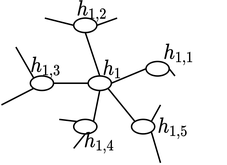
Above: documentation/ThesisPresentation/Figures/GAT.drawio.png in cedricmendelin/master-thesis (draw.io), before the change. Source tidied: cells renumbered, new cells last; positions are measured from the earlier drawing's top-left corner, leaving out a move shared by most shapes. Source of this version:
```xml
<mxGraphModel math="1">
  <root>
    <mxCell id="0" />
    <mxCell id="1" parent="0" />
    <mxCell id="2" style="ellipse;whiteSpace=wrap;html=1;" parent="1" vertex="1">
      <mxGeometry x="49.5" y="10" width="16" height="10" as="geometry" />
    </mxCell>
    <mxCell id="3" style="ellipse;whiteSpace=wrap;html=1;" parent="1" vertex="1">
      <mxGeometry x="59.5" y="50" width="16" height="10" as="geometry" />
    </mxCell>
    <mxCell id="4" style="ellipse;whiteSpace=wrap;html=1;" parent="1" vertex="1">
      <mxGeometry x="19.5" y="50" width="16" height="10" as="geometry" />
    </mxCell>
    <mxCell id="5" style="ellipse;whiteSpace=wrap;html=1;" parent="1" vertex="1">
      <mxGeometry x="99.5" y="40" width="16" height="10" as="geometry" />
    </mxCell>
    <mxCell id="6" style="ellipse;whiteSpace=wrap;html=1;" parent="1" vertex="1">
      <mxGeometry x="49.5" y="80" width="16" height="10" as="geometry" />
    </mxCell>
    <mxCell id="7" style="ellipse;whiteSpace=wrap;html=1;" parent="1" vertex="1">
      <mxGeometry x="89.5" y="80" width="16" height="10" as="geometry" />
    </mxCell>
    <mxCell id="8" style="endArrow=none;html=1;rounded=0;entryX=1;entryY=1;entryDx=0;entryDy=0;exitX=0;exitY=0;exitDx=0;exitDy=0;" parent="1" edge="1" source="7" target="3">
      <mxGeometry relative="1" as="geometry" />
    </mxCell>
    <mxCell id="9" style="endArrow=none;html=1;rounded=0;entryX=1;entryY=0.5;entryDx=0;entryDy=0;exitX=0;exitY=0.5;exitDx=0;exitDy=0;" parent="1" edge="1" source="5" target="3">
      <mxGeometry relative="1" as="geometry" />
    </mxCell>
    <mxCell id="10" style="endArrow=none;html=1;rounded=0;entryX=0.5;entryY=0;entryDx=0;entryDy=0;exitX=0.5;exitY=1;exitDx=0;exitDy=0;" parent="1" edge="1" source="2" target="3">
      <mxGeometry relative="1" as="geometry" />
    </mxCell>
    <mxCell id="11" style="endArrow=none;html=1;rounded=0;entryX=1;entryY=0.5;entryDx=0;entryDy=0;exitX=0;exitY=0.5;exitDx=0;exitDy=0;" parent="1" edge="1" source="3" target="4">
      <mxGeometry relative="1" as="geometry" />
    </mxCell>
    <mxCell id="12" style="endArrow=none;html=1;rounded=0;entryX=1;entryY=0;entryDx=0;entryDy=0;exitX=0.5;exitY=1;exitDx=0;exitDy=0;" parent="1" edge="1" source="3" target="6">
      <mxGeometry relative="1" as="geometry" />
    </mxCell>
    <mxCell id="13" style="endArrow=none;html=1;rounded=0;entryX=1;entryY=1;entryDx=0;entryDy=0;" parent="1" edge="1" target="7">
      <mxGeometry relative="1" as="geometry">
        <mxPoint x="109.5" y="110" as="sourcePoint" />
      </mxGeometry>
    </mxCell>
    <mxCell id="14" style="endArrow=none;html=1;rounded=0;entryX=0.5;entryY=1;entryDx=0;entryDy=0;" parent="1" edge="1" target="6">
      <mxGeometry relative="1" as="geometry">
        <mxPoint x="49.5" y="100" as="sourcePoint" />
      </mxGeometry>
    </mxCell>
    <mxCell id="15" style="endArrow=none;html=1;rounded=0;entryX=0;entryY=0;entryDx=0;entryDy=0;" parent="1" edge="1" target="6">
      <mxGeometry relative="1" as="geometry">
        <mxPoint x="39.5" y="80" as="sourcePoint" />
      </mxGeometry>
    </mxCell>
    <mxCell id="16" style="endArrow=none;html=1;rounded=0;entryX=0;entryY=0;entryDx=0;entryDy=0;" parent="1" edge="1" target="4">
      <mxGeometry relative="1" as="geometry">
        <mxPoint x="9.5" y="30" as="sourcePoint" />
      </mxGeometry>
    </mxCell>
    <mxCell id="17" style="endArrow=none;html=1;rounded=0;entryX=0;entryY=1;entryDx=0;entryDy=0;" parent="1" edge="1" target="4">
      <mxGeometry relative="1" as="geometry">
        <mxPoint x="-0.5" y="70" as="sourcePoint" />
      </mxGeometry>
    </mxCell>
    <mxCell id="18" style="endArrow=none;html=1;rounded=0;entryX=1;entryY=0.5;entryDx=0;entryDy=0;" parent="1" edge="1" target="5">
      <mxGeometry relative="1" as="geometry">
        <mxPoint x="119.5" y="50" as="sourcePoint" />
      </mxGeometry>
    </mxCell>
    <mxCell id="19" style="endArrow=none;html=1;rounded=0;entryX=1;entryY=0.5;entryDx=0;entryDy=0;" parent="1" edge="1" target="2">
      <mxGeometry relative="1" as="geometry">
        <mxPoint x="79.5" y="10" as="sourcePoint" />
      </mxGeometry>
    </mxCell>
    <mxCell id="20" style="endArrow=none;html=1;rounded=0;entryX=0;entryY=0.5;entryDx=0;entryDy=0;" parent="1" edge="1" target="2">
      <mxGeometry relative="1" as="geometry">
        <mxPoint x="29.5" y="10" as="sourcePoint" />
      </mxGeometry>
    </mxCell>
    <mxCell id="21" style="endArrow=none;html=1;rounded=0;entryX=1;entryY=0;entryDx=0;entryDy=0;" parent="1" edge="1" target="7">
      <mxGeometry relative="1" as="geometry">
        <mxPoint x="109.5" y="70" as="sourcePoint" />
      </mxGeometry>
    </mxCell>
    <mxCell id="22" value="&lt;div&gt;$$h_1$$&lt;/div&gt;" style="rounded=0;whiteSpace=wrap;html=1;strokeColor=none;fillColor=none;" parent="1" vertex="1">
      <mxGeometry x="69.5" y="40" width="13.5" height="10" as="geometry" />
    </mxCell>
    <mxCell id="23" value="&lt;div&gt;$$h_{1,1}$$&lt;/div&gt;" style="rounded=0;whiteSpace=wrap;html=1;strokeColor=none;fillColor=none;" parent="1" vertex="1">
      <mxGeometry x="115.5" y="30" width="13.5" height="10" as="geometry" />
    </mxCell>
    <mxCell id="24" value="&lt;div&gt;$$h_{1,2}$$&lt;/div&gt;" style="rounded=0;whiteSpace=wrap;html=1;strokeColor=none;fillColor=none;" parent="1" vertex="1">
      <mxGeometry x="56" width="13.5" height="10" as="geometry" />
    </mxCell>
    <mxCell id="25" value="&lt;div&gt;$$h_{1,3}$$&lt;/div&gt;" style="rounded=0;whiteSpace=wrap;html=1;strokeColor=none;fillColor=none;" parent="1" vertex="1">
      <mxGeometry x="24" y="39" width="13.5" height="10" as="geometry" />
    </mxCell>
    <mxCell id="26" value="&lt;div&gt;$$h_{1,4}$$&lt;/div&gt;" style="rounded=0;whiteSpace=wrap;html=1;strokeColor=none;fillColor=none;" parent="1" vertex="1">
      <mxGeometry x="60.5" y="91" width="13.5" height="10" as="geometry" />
    </mxCell>
    <mxCell id="27" value="&lt;div&gt;$$h_{1,5}$$&lt;/div&gt;" style="rounded=0;whiteSpace=wrap;html=1;strokeColor=none;fillColor=none;" parent="1" vertex="1">
      <mxGeometry x="112" y="81" width="13.5" height="10" as="geometry" />
    </mxCell>
  </root>
</mxGraphModel>
```
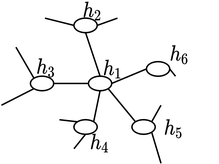
The same file after the commit.

What changed in the source:
```diff
@@ -83,19 +83,19 @@
     <mxCell id="22" value="&lt;div&gt;$$h_1$$&lt;/div&gt;" style="rounded=0;whiteSpace=wrap;html=1;strokeColor=none;fillColor=none;" parent="1" vertex="1">
       <mxGeometry x="69.5" y="40" width="13.5" height="10" as="geometry" />
     </mxCell>
-    <mxCell id="23" value="&lt;div&gt;$$h_{1,1}$$&lt;/div&gt;" style="rounded=0;whiteSpace=wrap;html=1;strokeColor=none;fillColor=none;" parent="1" vertex="1">
+    <mxCell id="23" value="&lt;div&gt;$$h_{6}$$&lt;/div&gt;" style="rounded=0;whiteSpace=wrap;html=1;strokeColor=none;fillColor=none;" parent="1" vertex="1">
       <mxGeometry x="115.5" y="30" width="13.5" height="10" as="geometry" />
     </mxCell>
-    <mxCell id="24" value="&lt;div&gt;$$h_{1,2}$$&lt;/div&gt;" style="rounded=0;whiteSpace=wrap;html=1;strokeColor=none;fillColor=none;" parent="1" vertex="1">
+    <mxCell id="24" value="&lt;div&gt;$$h_{2}$$&lt;/div&gt;" style="rounded=0;whiteSpace=wrap;html=1;strokeColor=none;fillColor=none;" parent="1" vertex="1">
       <mxGeometry x="56" width="13.5" height="10" as="geometry" />
     </mxCell>
-    <mxCell id="25" value="&lt;div&gt;$$h_{1,3}$$&lt;/div&gt;" style="rounded=0;whiteSpace=wrap;html=1;strokeColor=none;fillColor=none;" parent="1" vertex="1">
+    <mxCell id="25" value="&lt;div&gt;$$h_{3}$$&lt;/div&gt;" style="rounded=0;whiteSpace=wrap;html=1;strokeColor=none;fillColor=none;" parent="1" vertex="1">
       <mxGeometry x="24" y="39" width="13.5" height="10" as="geometry" />
     </mxCell>
-    <mxCell id="26" value="&lt;div&gt;$$h_{1,4}$$&lt;/div&gt;" style="rounded=0;whiteSpace=wrap;html=1;strokeColor=none;fillColor=none;" parent="1" vertex="1">
+    <mxCell id="26" value="&lt;div&gt;$$h_{4}$$&lt;/div&gt;" style="rounded=0;whiteSpace=wrap;html=1;strokeColor=none;fillColor=none;" parent="1" vertex="1">
       <mxGeometry x="60.5" y="91" width="13.5" height="10" as="geometry" />
     </mxCell>
-    <mxCell id="27" value="&lt;div&gt;$$h_{1,5}$$&lt;/div&gt;" style="rounded=0;whiteSpace=wrap;html=1;strokeColor=none;fillColor=none;" parent="1" vertex="1">
+    <mxCell id="27" value="&lt;div&gt;$$h_{5}$$&lt;/div&gt;" style="rounded=0;whiteSpace=wrap;html=1;strokeColor=none;fillColor=none;" parent="1" vertex="1">
       <mxGeometry x="112" y="81" width="13.5" height="10" as="geometry" />
     </mxCell>
   </root>
```
